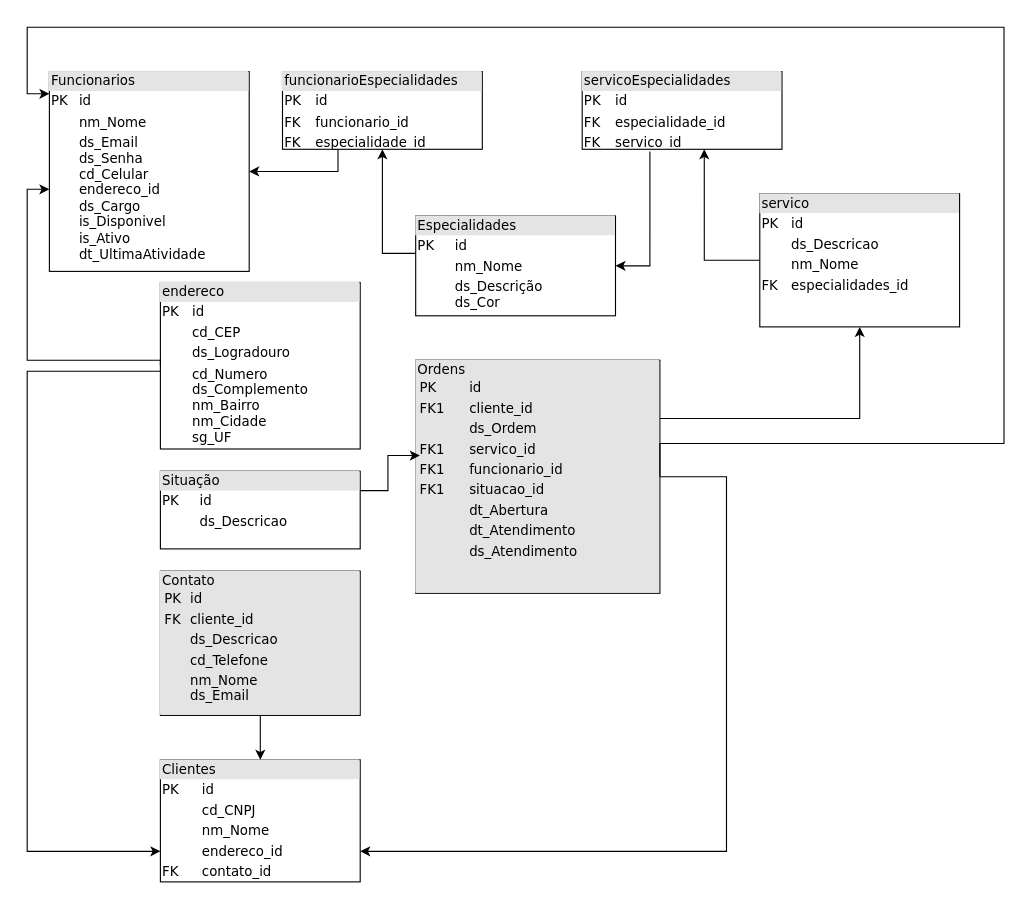
This is banco de dados.drawio from S-I-G-O-S/planejamento, a draw.io file, before an edit. Source tidied: cells renumbered, new cells numbered last; positions are measured from the earlier drawing's top-left corner, leaving out a move shared by most shapes. Both pictures are drawn from the tidied source at 111%, with x=0, y=0 at pixel (27, 27).
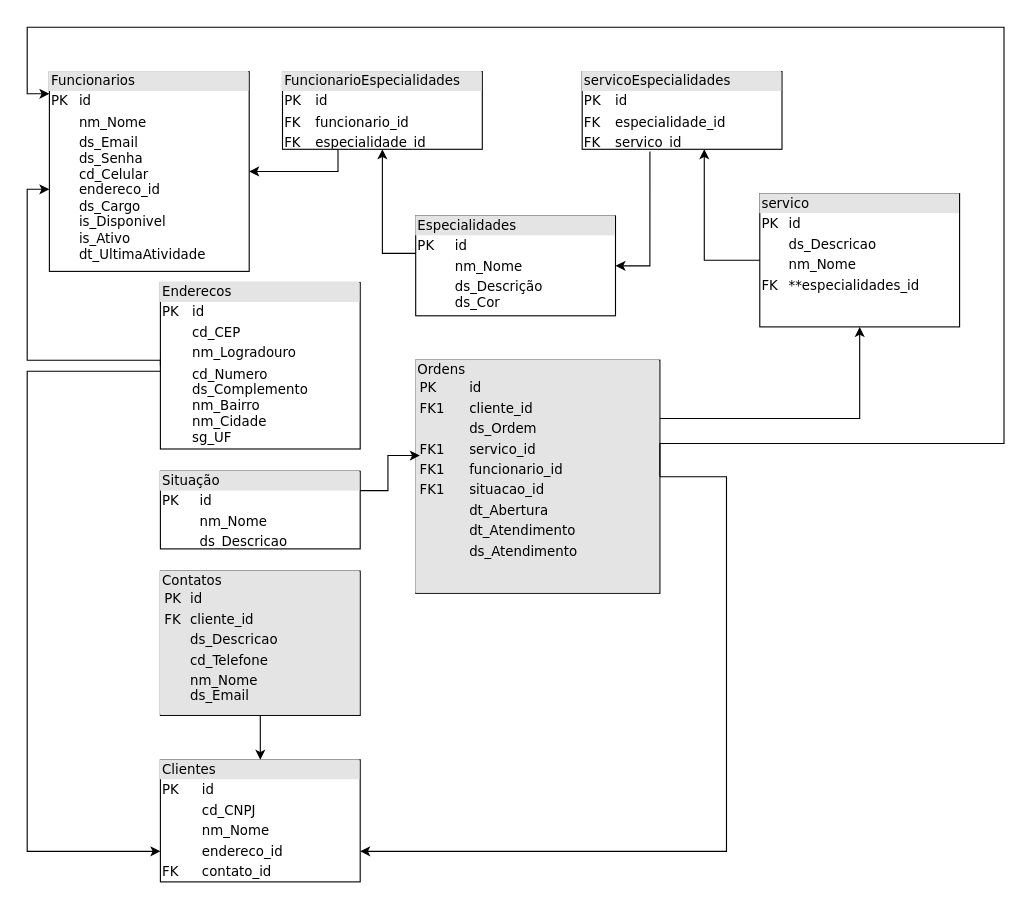
The same page after the edit.

What changed in the source:
```diff
@@
-    <mxCell id="8" value="&lt;div style=&quot;box-sizing:border-box;width:100%;background:#e4e4e4;padding:2px;&quot;&gt;Situação&lt;/div&gt;&lt;table style=&quot;width:100%;font-size:1em;&quot; cellpadding=&quot;2&quot; cellspacing=&quot;0&quot;&gt;&lt;tbody&gt;&lt;tr&gt;&lt;td&gt;PK&lt;/td&gt;&lt;td&gt;id&lt;/td&gt;&lt;/tr&gt;&lt;tr&gt;&lt;td&gt;&lt;br&gt;&lt;/td&gt;&lt;td&gt;ds_Descricao&lt;/td&gt;&lt;/tr&gt;&lt;tr&gt;&lt;td&gt;&lt;/td&gt;&lt;td&gt;&lt;br&gt;&lt;/td&gt;&lt;/tr&gt;&lt;/tbody&gt;&lt;/table&gt;" style="verticalAlign=top;align=left;overflow=fill;html=1;rounded=0;shadow=0;comic=0;labelBackgroundColor=none;strokeWidth=1;fontFamily=Verdana;fontSize=12;" parent="1" vertex="1">
+    <mxCell id="8" value="&lt;div style=&quot;box-sizing:border-box;width:100%;background:#e4e4e4;padding:2px;&quot;&gt;Situação&lt;/div&gt;&lt;table style=&quot;width:100%;font-size:1em;&quot; cellpadding=&quot;2&quot; cellspacing=&quot;0&quot;&gt;&lt;tbody&gt;&lt;tr&gt;&lt;td&gt;PK&lt;/td&gt;&lt;td&gt;id&lt;/td&gt;&lt;/tr&gt;&lt;tr&gt;&lt;td&gt;&lt;br&gt;&lt;/td&gt;&lt;td&gt;nm_Nome&lt;/td&gt;&lt;/tr&gt;&lt;tr&gt;&lt;td&gt;&lt;br&gt;&lt;/td&gt;&lt;td&gt;ds_Descricao&lt;/td&gt;&lt;/tr&gt;&lt;tr&gt;&lt;td&gt;&lt;/td&gt;&lt;td&gt;&lt;br&gt;&lt;/td&gt;&lt;/tr&gt;&lt;/tbody&gt;&lt;/table&gt;" style="verticalAlign=top;align=left;overflow=fill;html=1;rounded=0;shadow=0;comic=0;labelBackgroundColor=none;strokeWidth=1;fontFamily=Verdana;fontSize=12;" parent="1" vertex="1">
       <mxGeometry x="120" y="400" width="180" height="70" as="geometry" />
     </mxCell>
@@
-    <mxCell id="10" value="&lt;div style=&quot;box-sizing:border-box;width:100%;background:#e4e4e4;padding:2px;&quot;&gt;servico&lt;/div&gt;&lt;table style=&quot;width:100%;font-size:1em;&quot; cellpadding=&quot;2&quot; cellspacing=&quot;0&quot;&gt;&lt;tbody&gt;&lt;tr&gt;&lt;td&gt;PK&lt;/td&gt;&lt;td&gt;id&lt;/td&gt;&lt;/tr&gt;&lt;tr&gt;&lt;td&gt;&lt;br&gt;&lt;/td&gt;&lt;td&gt;ds_Descricao&lt;/td&gt;&lt;/tr&gt;&lt;tr&gt;&lt;td&gt;&lt;br&gt;&lt;/td&gt;&lt;td&gt;nm_Nome&lt;/td&gt;&lt;/tr&gt;&lt;tr&gt;&lt;td&gt;FK&lt;/td&gt;&lt;td&gt;especialidades_id&lt;/td&gt;&lt;/tr&gt;&lt;tr&gt;&lt;td&gt;&lt;/td&gt;&lt;td&gt;&lt;br&gt;&lt;/td&gt;&lt;/tr&gt;&lt;/tbody&gt;&lt;/table&gt;" style="verticalAlign=top;align=left;overflow=fill;html=1;rounded=0;shadow=0;comic=0;labelBackgroundColor=none;strokeWidth=1;fontFamily=Verdana;fontSize=12;" parent="1" vertex="1">
+    <mxCell id="10" value="&lt;div style=&quot;box-sizing:border-box;width:100%;background:#e4e4e4;padding:2px;&quot;&gt;servico&lt;/div&gt;&lt;table style=&quot;width:100%;font-size:1em;&quot; cellpadding=&quot;2&quot; cellspacing=&quot;0&quot;&gt;&lt;tbody&gt;&lt;tr&gt;&lt;td&gt;PK&lt;/td&gt;&lt;td&gt;id&lt;/td&gt;&lt;/tr&gt;&lt;tr&gt;&lt;td&gt;&lt;br&gt;&lt;/td&gt;&lt;td&gt;ds_Descricao&lt;/td&gt;&lt;/tr&gt;&lt;tr&gt;&lt;td&gt;&lt;br&gt;&lt;/td&gt;&lt;td&gt;nm_Nome&lt;/td&gt;&lt;/tr&gt;&lt;tr&gt;&lt;td&gt;FK&lt;/td&gt;&lt;td&gt;**especialidades_id&lt;/td&gt;&lt;/tr&gt;&lt;tr&gt;&lt;td&gt;&lt;/td&gt;&lt;td&gt;&lt;br&gt;&lt;/td&gt;&lt;/tr&gt;&lt;/tbody&gt;&lt;/table&gt;" style="verticalAlign=top;align=left;overflow=fill;html=1;rounded=0;shadow=0;comic=0;labelBackgroundColor=none;strokeWidth=1;fontFamily=Verdana;fontSize=12;" parent="1" vertex="1">
       <mxGeometry x="660" y="150" width="180" height="120" as="geometry" />
     </mxCell>
@@
-    <mxCell id="13" value="&lt;div style=&quot;box-sizing:border-box;width:100%;background:#e4e4e4;padding:2px;&quot;&gt;funcionarioEspecialidades&lt;/div&gt;&lt;table style=&quot;width:100%;font-size:1em;&quot; cellpadding=&quot;2&quot; cellspacing=&quot;0&quot;&gt;&lt;tbody&gt;&lt;tr&gt;&lt;td&gt;PK&lt;/td&gt;&lt;td&gt;id&lt;/td&gt;&lt;/tr&gt;&lt;tr&gt;&lt;td&gt;FK&lt;/td&gt;&lt;td&gt;funcionario_id&lt;/td&gt;&lt;/tr&gt;&lt;tr&gt;&lt;td&gt;FK&lt;/td&gt;&lt;td&gt;especialidade_id&lt;/td&gt;&lt;/tr&gt;&lt;/tbody&gt;&lt;/table&gt;" style="verticalAlign=top;align=left;overflow=fill;html=1;rounded=0;shadow=0;comic=0;labelBackgroundColor=none;strokeWidth=1;fontFamily=Verdana;fontSize=12;" parent="1" vertex="1">
+    <mxCell id="13" value="&lt;div style=&quot;box-sizing:border-box;width:100%;background:#e4e4e4;padding:2px;&quot;&gt;FuncionarioEspecialidades&lt;/div&gt;&lt;table style=&quot;width:100%;font-size:1em;&quot; cellpadding=&quot;2&quot; cellspacing=&quot;0&quot;&gt;&lt;tbody&gt;&lt;tr&gt;&lt;td&gt;PK&lt;/td&gt;&lt;td&gt;id&lt;/td&gt;&lt;/tr&gt;&lt;tr&gt;&lt;td&gt;FK&lt;/td&gt;&lt;td&gt;funcionario_id&lt;/td&gt;&lt;/tr&gt;&lt;tr&gt;&lt;td&gt;FK&lt;/td&gt;&lt;td&gt;especialidade_id&lt;/td&gt;&lt;/tr&gt;&lt;/tbody&gt;&lt;/table&gt;" style="verticalAlign=top;align=left;overflow=fill;html=1;rounded=0;shadow=0;comic=0;labelBackgroundColor=none;strokeWidth=1;fontFamily=Verdana;fontSize=12;" parent="1" vertex="1">
       <mxGeometry x="230" y="40" width="180" height="70" as="geometry" />
     </mxCell>
@@
-    <mxCell id="20" value="&lt;div style=&quot;box-sizing: border-box ; width: 100% ; background: #e4e4e4 ; padding: 2px&quot;&gt;Contato&lt;table style=&quot;background-color: initial; font-size: 1em; width: 100%;&quot; cellpadding=&quot;2&quot; cellspacing=&quot;0&quot;&gt;&lt;tbody&gt;&lt;tr&gt;&lt;td&gt;PK&lt;/td&gt;&lt;td&gt;id&lt;/td&gt;&lt;/tr&gt;&lt;tr&gt;&lt;td&gt;FK&lt;/td&gt;&lt;td&gt;cliente_id&lt;/td&gt;&lt;/tr&gt;&lt;tr&gt;&lt;td&gt;&lt;/td&gt;&lt;td&gt;ds_Descricao&lt;span style=&quot;white-space: pre;&quot;&gt;&#9;&lt;/span&gt;&lt;span style=&quot;white-space: pre;&quot;&gt;&#9;&lt;/span&gt;&lt;/td&gt;&lt;/tr&gt;&lt;tr&gt;&lt;td&gt;&lt;br&gt;&lt;/td&gt;&lt;td&gt;cd_Telefone&lt;/td&gt;&lt;/tr&gt;&lt;tr&gt;&lt;td&gt;&lt;br&gt;&lt;/td&gt;&lt;td&gt;nm_Nome&lt;br&gt;ds_Email&lt;/td&gt;&lt;/tr&gt;&lt;tr&gt;&lt;td&gt;&lt;br&gt;&lt;/td&gt;&lt;td&gt;&lt;br&gt;&lt;/td&gt;&lt;/tr&gt;&lt;/tbody&gt;&lt;/table&gt;&lt;/div&gt;" style="verticalAlign=top;align=left;overflow=fill;html=1;rounded=0;shadow=0;comic=0;labelBackgroundColor=none;strokeWidth=1;fontFamily=Verdana;fontSize=12;" parent="1" vertex="1">
+    <mxCell id="20" value="&lt;div style=&quot;box-sizing: border-box ; width: 100% ; background: #e4e4e4 ; padding: 2px&quot;&gt;Contatos&lt;table style=&quot;background-color: initial; font-size: 1em; width: 100%;&quot; cellpadding=&quot;2&quot; cellspacing=&quot;0&quot;&gt;&lt;tbody&gt;&lt;tr&gt;&lt;td&gt;PK&lt;/td&gt;&lt;td&gt;id&lt;/td&gt;&lt;/tr&gt;&lt;tr&gt;&lt;td&gt;FK&lt;/td&gt;&lt;td&gt;cliente_id&lt;/td&gt;&lt;/tr&gt;&lt;tr&gt;&lt;td&gt;&lt;/td&gt;&lt;td&gt;ds_Descricao&lt;span style=&quot;white-space: pre;&quot;&gt;&#9;&lt;/span&gt;&lt;span style=&quot;white-space: pre;&quot;&gt;&#9;&lt;/span&gt;&lt;/td&gt;&lt;/tr&gt;&lt;tr&gt;&lt;td&gt;&lt;br&gt;&lt;/td&gt;&lt;td&gt;cd_Telefone&lt;/td&gt;&lt;/tr&gt;&lt;tr&gt;&lt;td&gt;&lt;br&gt;&lt;/td&gt;&lt;td&gt;nm_Nome&lt;br&gt;ds_Email&lt;/td&gt;&lt;/tr&gt;&lt;tr&gt;&lt;td&gt;&lt;br&gt;&lt;/td&gt;&lt;td&gt;&lt;br&gt;&lt;/td&gt;&lt;/tr&gt;&lt;/tbody&gt;&lt;/table&gt;&lt;/div&gt;" style="verticalAlign=top;align=left;overflow=fill;html=1;rounded=0;shadow=0;comic=0;labelBackgroundColor=none;strokeWidth=1;fontFamily=Verdana;fontSize=12;" parent="1" vertex="1">
       <mxGeometry x="120" y="490" width="180" height="130" as="geometry" />
     </mxCell>
@@
-    <mxCell id="22" value="&lt;div style=&quot;box-sizing:border-box;width:100%;background:#e4e4e4;padding:2px;&quot;&gt;endereco&lt;/div&gt;&lt;table style=&quot;width:100%;font-size:1em;&quot; cellpadding=&quot;2&quot; cellspacing=&quot;0&quot;&gt;&lt;tbody&gt;&lt;tr&gt;&lt;td&gt;PK&lt;/td&gt;&lt;td&gt;id&lt;/td&gt;&lt;/tr&gt;&lt;tr&gt;&lt;td&gt;&lt;br&gt;&lt;/td&gt;&lt;td&gt;cd_CEP&lt;/td&gt;&lt;/tr&gt;&lt;tr&gt;&lt;td&gt;&lt;br&gt;&lt;/td&gt;&lt;td&gt;ds_Logradouro&lt;/td&gt;&lt;/tr&gt;&lt;tr&gt;&lt;td&gt;&lt;br&gt;&lt;/td&gt;&lt;td&gt;cd_Numero&lt;br&gt;ds_Complemento&lt;br&gt;nm_Bairro&lt;br&gt;nm_Cidade&lt;br&gt;sg_UF&lt;/td&gt;&lt;/tr&gt;&lt;tr&gt;&lt;td&gt;&lt;/td&gt;&lt;td&gt;&lt;br&gt;&lt;/td&gt;&lt;/tr&gt;&lt;/tbody&gt;&lt;/table&gt;" style="verticalAlign=top;align=left;overflow=fill;html=1;rounded=0;shadow=0;comic=0;labelBackgroundColor=none;strokeWidth=1;fontFamily=Verdana;fontSize=12;" parent="1" vertex="1">
+    <mxCell id="22" value="&lt;div style=&quot;box-sizing:border-box;width:100%;background:#e4e4e4;padding:2px;&quot;&gt;Enderecos&lt;/div&gt;&lt;table style=&quot;width:100%;font-size:1em;&quot; cellpadding=&quot;2&quot; cellspacing=&quot;0&quot;&gt;&lt;tbody&gt;&lt;tr&gt;&lt;td&gt;PK&lt;/td&gt;&lt;td&gt;id&lt;/td&gt;&lt;/tr&gt;&lt;tr&gt;&lt;td&gt;&lt;br&gt;&lt;/td&gt;&lt;td&gt;cd_CEP&lt;/td&gt;&lt;/tr&gt;&lt;tr&gt;&lt;td&gt;&lt;br&gt;&lt;/td&gt;&lt;td&gt;nm_Logradouro&lt;/td&gt;&lt;/tr&gt;&lt;tr&gt;&lt;td&gt;&lt;br&gt;&lt;/td&gt;&lt;td&gt;cd_Numero&lt;br&gt;ds_Complemento&lt;br&gt;nm_Bairro&lt;br&gt;nm_Cidade&lt;br&gt;sg_UF&lt;/td&gt;&lt;/tr&gt;&lt;tr&gt;&lt;td&gt;&lt;/td&gt;&lt;td&gt;&lt;br&gt;&lt;/td&gt;&lt;/tr&gt;&lt;/tbody&gt;&lt;/table&gt;" style="verticalAlign=top;align=left;overflow=fill;html=1;rounded=0;shadow=0;comic=0;labelBackgroundColor=none;strokeWidth=1;fontFamily=Verdana;fontSize=12;" parent="1" vertex="1">
       <mxGeometry x="120" y="230" width="180" height="150" as="geometry" />
     </mxCell>
```
